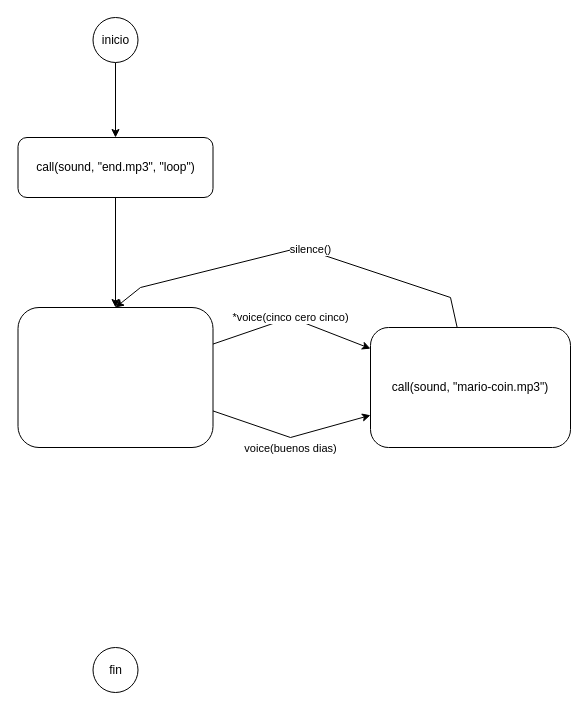
Earlier version of the draw.io diagram data/ue/scenes/caso1.drawio (ejfdelgado/ejflab). Source tidied: cells renumbered, new cells numbered last; positions are measured from the earlier drawing's top-left corner, leaving out a move shared by most shapes. Both pictures are drawn from the tidied source at 100%, with x=0, y=0 at pixel (18, 17).
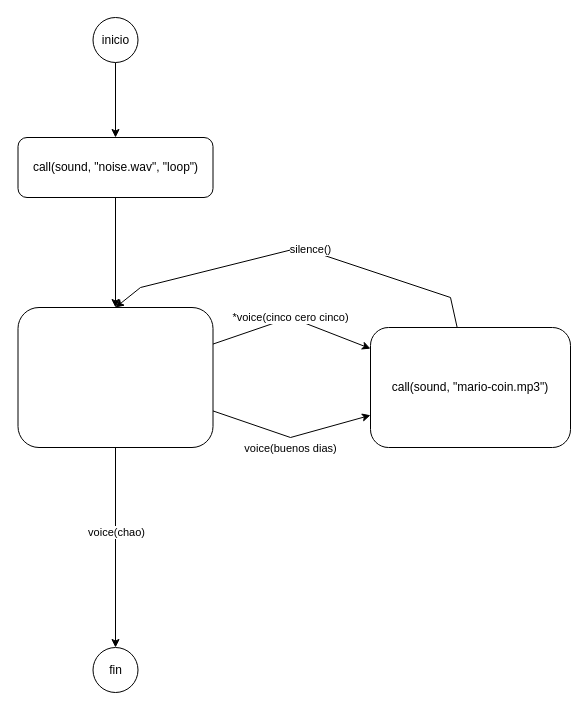
The same page after the edit.

The change refers to these unchanged cells:
```xml
<mxCell id="11" style="rounded=1;whiteSpace=wrap;html=1;" parent="1" vertex="1">
  <mxGeometry x="-0.5" y="290" width="195" height="140" as="geometry" />
</mxCell>
<mxCell id="12" value="fin" style="ellipse;whiteSpace=wrap;html=1;" parent="1" vertex="1">
  <mxGeometry x="74.5" y="630" width="45" height="45" as="geometry" />
</mxCell>
```

Diff of the diagram source:
```diff
@@
+    <mxCell id="15" style="edgeStyle=none;html=1;" parent="1" edge="1" source="11" target="12">
+      <mxGeometry relative="1" as="geometry" />
+    </mxCell>
+    <mxCell id="16" value="voice(chao)" style="edgeLabel;html=1;align=center;verticalAlign=middle;" parent="15" vertex="1">
+      <mxGeometry x="-0.16" relative="1" as="geometry" />
+    </mxCell>
@@
-    <mxCell id="14" value="call(sound, &quot;end.mp3&quot;, &quot;loop&quot;)" style="rounded=1;whiteSpace=wrap;html=1;" parent="1" vertex="1">
+    <mxCell id="14" value="call(sound, &quot;noise.wav&quot;, &quot;loop&quot;)" style="rounded=1;whiteSpace=wrap;html=1;" parent="1" vertex="1">
       <mxGeometry x="-0.5" y="120" width="195" height="60" as="geometry" />
     </mxCell>
```
